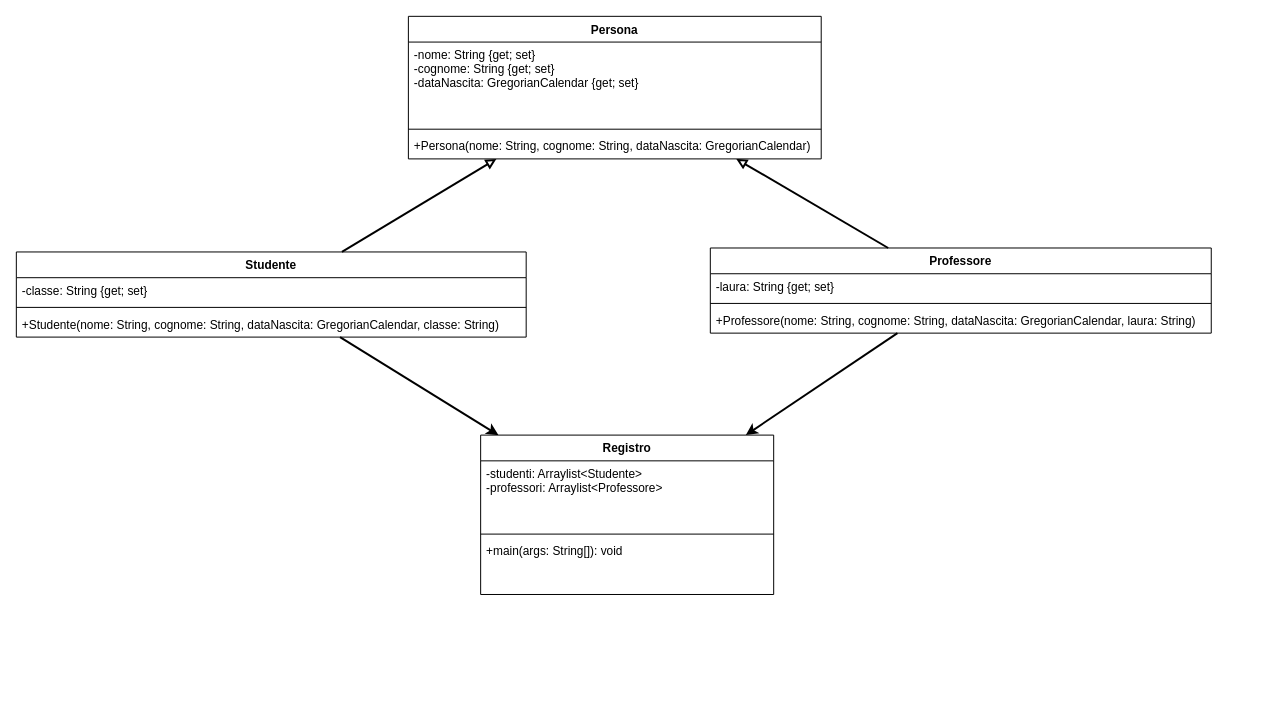
Before: Pardini_Fabrizio_5CM_2022-04-27_ScuolaJava/Pardini_Fabrizio_5CM_2022-04-27_ScuolaJava.drawio in ironlanderl/EsTPSIT2, a draw.io diagram. Source tidied: cells renumbered, new cells numbered last; positions are measured from the earlier drawing's top-left corner, leaving out a move shared by most shapes. Both pictures are drawn from the tidied source at 99%, with x=0, y=0 at pixel (16, 16).
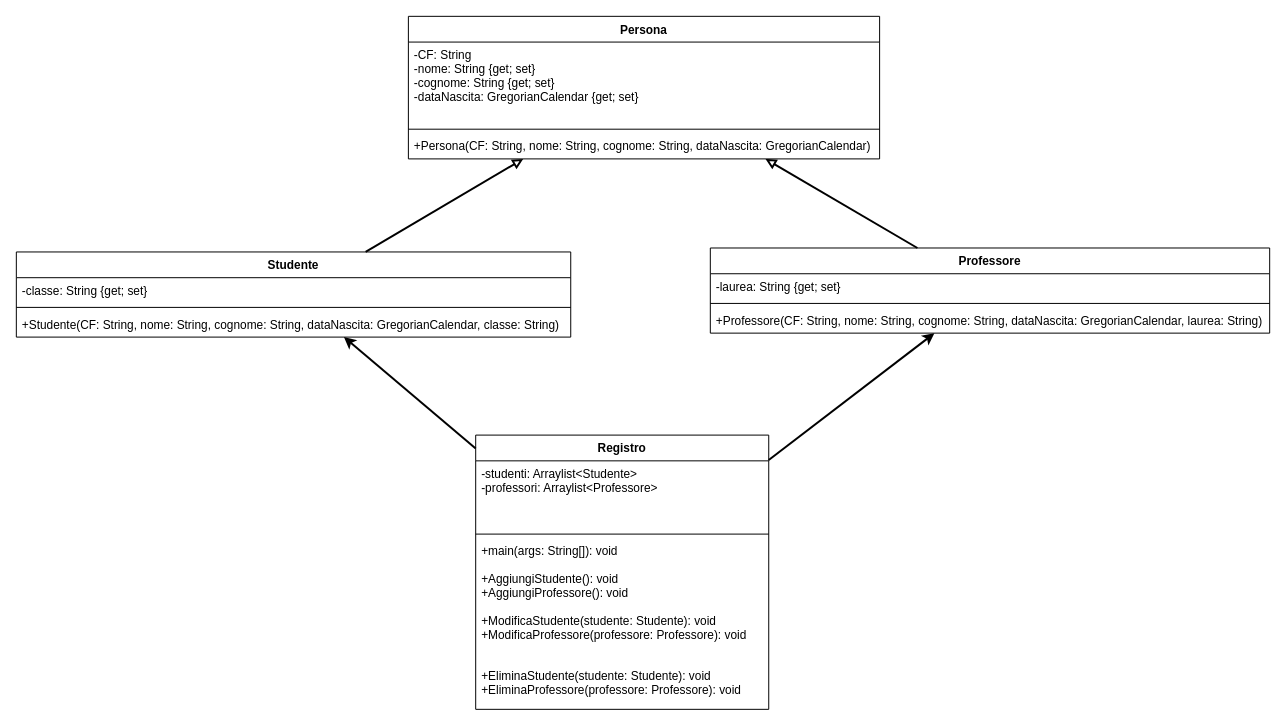
Above is the later version.

The edit, as a diff of the source:
```diff
@@
     <mxCell id="2" value="Persona" style="swimlane;fontStyle=1;align=center;verticalAlign=top;horizontal=1;startSize=26;" parent="1" vertex="1">
-      <mxGeometry x="396" width="417" height="144" as="geometry" />
+      <mxGeometry x="396" width="476" height="144" as="geometry" />
     </mxCell>
-    <mxCell id="3" value="-nome: String {get; set}&#10;-cognome: String {get; set}&#10;-dataNascita: GregorianCalendar {get; set}" style="text;strokeColor=none;fillColor=none;align=left;verticalAlign=top;spacingLeft=4;spacingRight=4;overflow=hidden;" parent="2" vertex="1">
-      <mxGeometry y="26" width="417" height="84" as="geometry" />
+    <mxCell id="3" value="-CF: String&#10;-nome: String {get; set}&#10;-cognome: String {get; set}&#10;-dataNascita: GregorianCalendar {get; set}" style="text;strokeColor=none;fillColor=none;align=left;verticalAlign=top;spacingLeft=4;spacingRight=4;overflow=hidden;" parent="2" vertex="1">
+      <mxGeometry y="26" width="476" height="84" as="geometry" />
     </mxCell>
     <mxCell id="4" style="line;strokeWidth=1;fillColor=none;align=left;verticalAlign=middle;spacingTop=-1;spacingLeft=3;spacingRight=3;labelPosition=right;" parent="2" vertex="1">
-      <mxGeometry y="110" width="417" height="8" as="geometry" />
+      <mxGeometry y="110" width="476" height="8" as="geometry" />
     </mxCell>
-    <mxCell id="5" value="+Persona(nome: String, cognome: String, dataNascita: GregorianCalendar)" style="text;strokeColor=none;fillColor=none;align=left;verticalAlign=top;spacingLeft=4;spacingRight=4;overflow=hidden;" parent="2" vertex="1">
-      <mxGeometry y="118" width="417" height="26" as="geometry" />
+    <mxCell id="5" value="+Persona(CF: String, nome: String, cognome: String, dataNascita: GregorianCalendar)" style="text;strokeColor=none;fillColor=none;align=left;verticalAlign=top;spacingLeft=4;spacingRight=4;overflow=hidden;" parent="2" vertex="1">
+      <mxGeometry y="118" width="476" height="26" as="geometry" />
     </mxCell>
     <mxCell id="6" value="Studente" style="swimlane;fontStyle=1;align=center;verticalAlign=top;horizontal=1;startSize=26;" parent="1" vertex="1">
-      <mxGeometry y="238" width="515" height="86" as="geometry" />
+      <mxGeometry y="238" width="560" height="86" as="geometry" />
     </mxCell>
     <mxCell id="7" value="-classe: String {get; set}" style="text;strokeColor=none;fillColor=none;align=left;verticalAlign=top;spacingLeft=4;spacingRight=4;overflow=hidden;" parent="6" vertex="1">
-      <mxGeometry y="26" width="515" height="26" as="geometry" />
+      <mxGeometry y="26" width="560" height="26" as="geometry" />
     </mxCell>
     <mxCell id="8" style="line;strokeWidth=1;fillColor=none;align=left;verticalAlign=middle;spacingTop=-1;spacingLeft=3;spacingRight=3;labelPosition=right;" parent="6" vertex="1">
-      <mxGeometry y="52" width="515" height="8" as="geometry" />
+      <mxGeometry y="52" width="560" height="8" as="geometry" />
     </mxCell>
-    <mxCell id="9" value="+Studente(nome: String, cognome: String, dataNascita: GregorianCalendar, classe: String)" style="text;strokeColor=none;fillColor=none;align=left;verticalAlign=top;spacingLeft=4;spacingRight=4;overflow=hidden;" parent="6" vertex="1">
-      <mxGeometry y="60" width="515" height="26" as="geometry" />
+    <mxCell id="9" value="+Studente(CF: String, nome: String, cognome: String, dataNascita: GregorianCalendar, classe: String)" style="text;strokeColor=none;fillColor=none;align=left;verticalAlign=top;spacingLeft=4;spacingRight=4;overflow=hidden;" parent="6" vertex="1">
+      <mxGeometry y="60" width="560" height="26" as="geometry" />
     </mxCell>
     <mxCell id="10" value="Professore" style="swimlane;fontStyle=1;align=center;verticalAlign=top;horizontal=1;startSize=26;" parent="1" vertex="1">
-      <mxGeometry x="701" y="234" width="506" height="86" as="geometry" />
+      <mxGeometry x="701" y="234" width="565" height="86" as="geometry" />
     </mxCell>
-    <mxCell id="11" value="-laura: String {get; set}" style="text;strokeColor=none;fillColor=none;align=left;verticalAlign=top;spacingLeft=4;spacingRight=4;overflow=hidden;" parent="10" vertex="1">
-      <mxGeometry y="26" width="506" height="26" as="geometry" />
+    <mxCell id="11" value="-laurea: String {get; set}" style="text;strokeColor=none;fillColor=none;align=left;verticalAlign=top;spacingLeft=4;spacingRight=4;overflow=hidden;" parent="10" vertex="1">
+      <mxGeometry y="26" width="565" height="26" as="geometry" />
     </mxCell>
     <mxCell id="12" style="line;strokeWidth=1;fillColor=none;align=left;verticalAlign=middle;spacingTop=-1;spacingLeft=3;spacingRight=3;labelPosition=right;" parent="10" vertex="1">
-      <mxGeometry y="52" width="506" height="8" as="geometry" />
+      <mxGeometry y="52" width="565" height="8" as="geometry" />
     </mxCell>
-    <mxCell id="13" value="+Professore(nome: String, cognome: String, dataNascita: GregorianCalendar, laura: String)" style="text;strokeColor=none;fillColor=none;align=left;verticalAlign=top;spacingLeft=4;spacingRight=4;overflow=hidden;" parent="10" vertex="1">
-      <mxGeometry y="60" width="506" height="26" as="geometry" />
+    <mxCell id="13" value="+Professore(CF: String, nome: String, cognome: String, dataNascita: GregorianCalendar, laurea: String)" style="text;strokeColor=none;fillColor=none;align=left;verticalAlign=top;spacingLeft=4;spacingRight=4;overflow=hidden;" parent="10" vertex="1">
+      <mxGeometry y="60" width="565" height="26" as="geometry" />
     </mxCell>
@@
     <mxCell id="16" value="Registro" style="swimlane;fontStyle=1;align=center;verticalAlign=top;horizontal=1;startSize=26;" parent="1" vertex="1">
-      <mxGeometry x="469" y="423" width="296" height="161" as="geometry" />
+      <mxGeometry x="464" y="423" width="296" height="277" as="geometry" />
     </mxCell>
@@
-    <mxCell id="19" value="+main(args: String[]): void" style="text;strokeColor=none;fillColor=none;align=left;verticalAlign=top;spacingLeft=4;spacingRight=4;overflow=hidden;" parent="16" vertex="1">
-      <mxGeometry y="104" width="296" height="57" as="geometry" />
+    <mxCell id="19" value="+main(args: String[]): void&#10;&#10;+AggiungiStudente(): void&#10;+AggiungiProfessore(): void&#10;&#10;+ModificaStudente(studente: Studente): void&#10;+ModificaProfessore(professore: Professore): void&#10;&#10;&#10;+EliminaStudente(studente: Studente): void&#10;+EliminaProfessore(professore: Professore): void" style="text;strokeColor=none;fillColor=none;align=left;verticalAlign=top;spacingLeft=4;spacingRight=4;overflow=hidden;" parent="16" vertex="1">
+      <mxGeometry y="104" width="296" height="173" as="geometry" />
     </mxCell>
-    <mxCell id="20" style="endArrow=classic;html=1;rounded=0;targetPerimeterSpacing=0;strokeWidth=2;" parent="1" edge="1" source="6" target="16">
+    <mxCell id="20" style="endArrow=classic;html=1;rounded=0;strokeWidth=2;sourcePerimeterSpacing=0;" parent="1" edge="1" source="16" target="6">
       <mxGeometry relative="1" as="geometry" />
     </mxCell>
-    <mxCell id="21" style="endArrow=classic;html=1;rounded=0;strokeWidth=2;sourcePerimeterSpacing=0;" parent="1" edge="1" source="10" target="16">
+    <mxCell id="21" style="endArrow=classic;html=1;rounded=0;strokeWidth=2;targetPerimeterSpacing=0;" parent="1" edge="1" source="16" target="10">
       <mxGeometry relative="1" as="geometry" />
     </mxCell>
```
